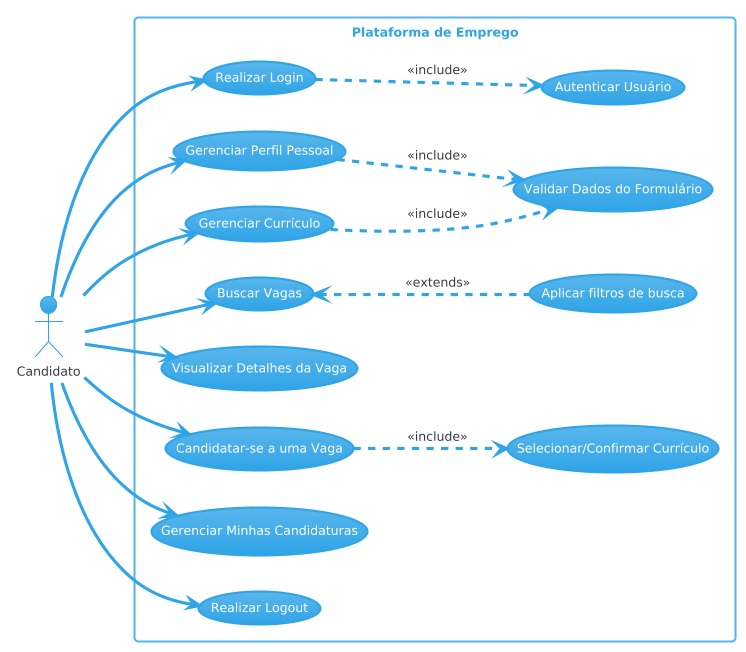
Earlier version of the PlantUML export Casos de Uso/caso_de_uso_candidato.png (wendersonfarias/empregAPI-TCC). Its source is kept beside it as Casos de Uso/caso_de_uso_candidato.puml. The source it was exported from:
```plantuml
@startuml caso_de_uso_candidato
!theme cerulean
left to right direction

actor Candidato

rectangle "Plataforma de Emprego" {
    usecase "Realizar Login" as UC_Login
    usecase "Gerenciar Perfil Pessoal" as UC_ManageProfile
    usecase "Gerenciar Currículo" as UC_ManageResume
    usecase "Buscar Vagas" as UC_SearchVacancies
    usecase "Visualizar Detalhes da Vaga" as UC_ViewDetails
    usecase "Candidatar-se a uma Vaga" as UC_ApplyVacancy
    usecase "Gerenciar Minhas Candidaturas" as UC_ManageApplications
    usecase "Realizar Logout" as UC_Logout
    usecase "Autenticar Usuário" as UC_Auth
    usecase "Validar Dados do Formulário" as UC_ValidateForm
    usecase "Selecionar/Confirmar Currículo" as UC_SelectResume
    usecase "Aplicar filtros de busca" as UC_filtros

}

Candidato --> UC_Login
Candidato --> UC_ManageProfile
Candidato --> UC_ManageResume
Candidato --> UC_SearchVacancies
Candidato --> UC_ViewDetails
Candidato --> UC_ApplyVacancy
Candidato --> UC_ManageApplications
Candidato --> UC_Logout

UC_Login ..> UC_Auth : <<include>>


UC_ManageProfile ..> UC_ValidateForm : <<include>>
UC_SearchVacancies <.. UC_filtros: <<extends>>


UC_ManageResume ..> UC_ValidateForm : <<include>>

UC_ApplyVacancy ..> UC_SelectResume : <<include>>


@enduml
```
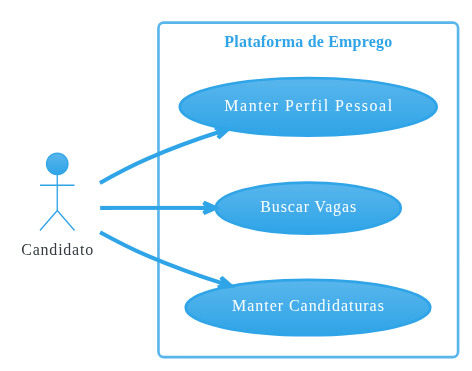
The same diagram one commit later.

The edit, as a diff of the source:
```diff
@@ -5,40 +5,16 @@
 actor Candidato
 
 rectangle "Plataforma de Emprego" {
-    usecase "Realizar Login" as UC_Login
-    usecase "Gerenciar Perfil Pessoal" as UC_ManageProfile
-    usecase "Gerenciar Currículo" as UC_ManageResume
+    usecase "Manter Perfil Pessoal" as UC_ManageProfile
+
     usecase "Buscar Vagas" as UC_SearchVacancies
-    usecase "Visualizar Detalhes da Vaga" as UC_ViewDetails
-    usecase "Candidatar-se a uma Vaga" as UC_ApplyVacancy
-    usecase "Gerenciar Minhas Candidaturas" as UC_ManageApplications
-    usecase "Realizar Logout" as UC_Logout
-    usecase "Autenticar Usuário" as UC_Auth
-    usecase "Validar Dados do Formulário" as UC_ValidateForm
-    usecase "Selecionar/Confirmar Currículo" as UC_SelectResume
-    usecase "Aplicar filtros de busca" as UC_filtros
+    usecase "Manter Candidaturas" as UC_ManageApplications
+
 
 }
 
-Candidato --> UC_Login
 Candidato --> UC_ManageProfile
-Candidato --> UC_ManageResume
 Candidato --> UC_SearchVacancies
-Candidato --> UC_ViewDetails
-Candidato --> UC_ApplyVacancy
 Candidato --> UC_ManageApplications
-Candidato --> UC_Logout
-
-UC_Login ..> UC_Auth : <<include>>
-
-
-UC_ManageProfile ..> UC_ValidateForm : <<include>>
-UC_SearchVacancies <.. UC_filtros: <<extends>>
-
-
-UC_ManageResume ..> UC_ValidateForm : <<include>>
-
-UC_ApplyVacancy ..> UC_SelectResume : <<include>>
-
 
 @enduml
```
